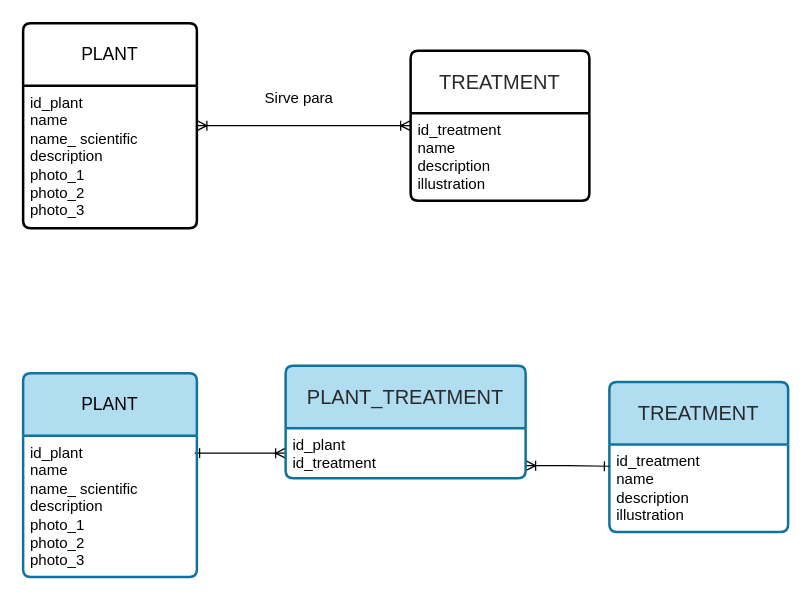
This is page "01-herbolario" (1 of 2) of diagrams/ejercicios-01.drawio from observadoro/mer, a draw.io file, before an edit. Source tidied: cells renumbered, new cells numbered last; positions are measured from the earlier drawing's top-left corner, leaving out a move shared by most shapes. Both pictures are drawn from the tidied source at 125%, with x=0, y=0 at pixel (22, 22).
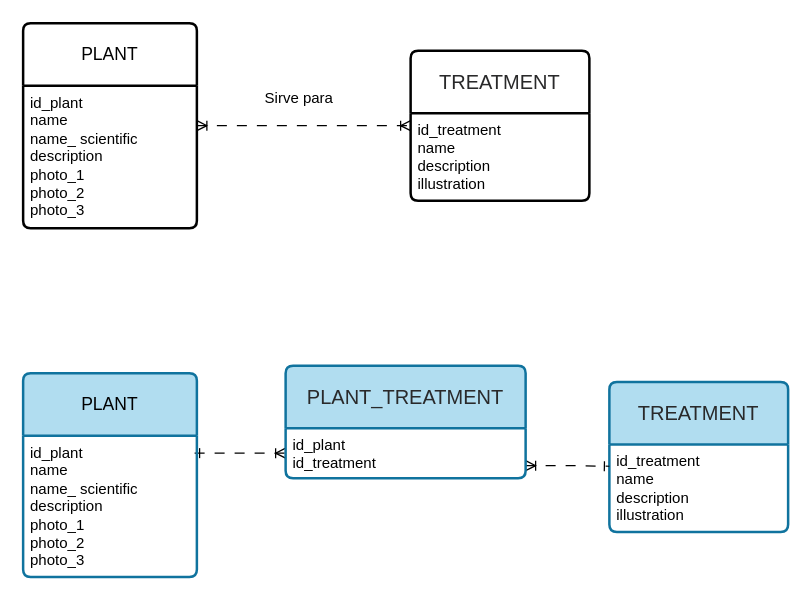
Above is the later version.

The edit, as a diff of the source:
```diff
@@
 <mxGraphModel>
   <root>
     <mxCell id="0" />
     <mxCell id="1" parent="0" />
-    <mxCell id="2" style="edgeStyle=orthogonalEdgeStyle;rounded=0;jettySize=auto;html=1;entryX=0;entryY=0.5;entryDx=0;entryDy=0;startArrow=ERoneToMany;startFill=0;endArrow=ERoneToMany;endFill=0;" parent="1" edge="1" source="3" target="5">
+    <mxCell id="2" style="edgeStyle=orthogonalEdgeStyle;rounded=0;jettySize=auto;html=1;entryX=0;entryY=0.5;entryDx=0;entryDy=0;startArrow=ERoneToMany;startFill=0;endArrow=ERoneToMany;endFill=0;dashed=1;dashPattern=8 8;" parent="1" edge="1" source="3" target="5">
       <mxGeometry relative="1" as="geometry" />
     </mxCell>
     <mxCell id="3" value="PLANT" style="swimlane;horizontal=1;startSize=50;rounded=1;fontSize=14;fontStyle=0;strokeWidth=2;shadow=0;dashed=0;align=center;arcSize=4;whiteSpace=wrap;html=1;" parent="1" vertex="1">
       <mxGeometry width="139" height="164" as="geometry" />
     </mxCell>
     <mxCell id="4" value="&lt;div&gt;id_plant&lt;/div&gt;name&lt;br&gt;name_ scientific&lt;br&gt;description&lt;div&gt;photo_1&lt;/div&gt;&lt;div&gt;photo_2&lt;/div&gt;&lt;div&gt;photo_3&lt;/div&gt;&lt;div&gt;&lt;br&gt;&lt;/div&gt;" style="align=left;strokeColor=none;fillColor=none;spacingLeft=4;spacingRight=4;fontSize=12;verticalAlign=top;html=1;whiteSpace=wrap;" parent="3" vertex="1">
       <mxGeometry y="50" width="139" height="114" as="geometry" />
     </mxCell>
     <mxCell id="5" value="&lt;div style=&quot;text-align: start;&quot;&gt;&lt;span style=&quot;color: rgb(41, 41, 42); font-family: &amp;quot;Inter Variable&amp;quot;, Helvetica, sans-serif; font-size: 16px;&quot;&gt;TREATMENT&lt;/span&gt;&lt;/div&gt;" style="swimlane;horizontal=1;startSize=50;rounded=1;fontSize=14;fontStyle=0;strokeWidth=2;shadow=0;dashed=0;align=center;arcSize=4;whiteSpace=wrap;html=1;" parent="1" vertex="1">
       <mxGeometry x="310" y="22" width="143" height="120" as="geometry" />
     </mxCell>
     <mxCell id="6" value="&lt;div&gt;id_treatment&lt;/div&gt;name&lt;div&gt;description&lt;/div&gt;&lt;div&gt;illustration&lt;/div&gt;" style="align=left;strokeColor=none;fillColor=none;spacingLeft=4;spacingRight=4;fontSize=12;verticalAlign=top;html=1;whiteSpace=wrap;" parent="5" vertex="1">
       <mxGeometry y="50" width="143" height="70" as="geometry" />
     </mxCell>
-    <mxCell id="7" style="edgeStyle=orthogonalEdgeStyle;rounded=0;jettySize=auto;html=1;entryX=0;entryY=0.5;entryDx=0;entryDy=0;startArrow=ERone;startFill=0;endArrow=ERoneToMany;endFill=0;exitX=0.987;exitY=0.124;exitDx=0;exitDy=0;exitPerimeter=0;" parent="1" edge="1" source="9" target="14">
+    <mxCell id="7" style="edgeStyle=orthogonalEdgeStyle;rounded=0;jettySize=auto;html=1;entryX=0;entryY=0.5;entryDx=0;entryDy=0;startArrow=ERone;startFill=0;endArrow=ERoneToMany;endFill=0;exitX=0.987;exitY=0.124;exitDx=0;exitDy=0;exitPerimeter=0;dashed=1;dashPattern=8 8;" parent="1" edge="1" source="9" target="14">
       <mxGeometry x="0.24" relative="1" as="geometry" />
     </mxCell>
     <mxCell id="8" value="PLANT" style="swimlane;horizontal=1;startSize=50;rounded=1;fontSize=14;fontStyle=0;strokeWidth=2;shadow=0;dashed=0;align=center;arcSize=4;whiteSpace=wrap;html=1;labelBorderColor=none;swimlaneFillColor=none;glass=0;fillColor=#b1ddf0;strokeColor=#10739e;" parent="1" vertex="1">
       <mxGeometry y="280" width="139" height="163" as="geometry" />
     </mxCell>
     <mxCell id="9" value="&lt;div&gt;id_plant&lt;/div&gt;name&lt;br&gt;name_ scientific&lt;br&gt;description&lt;div&gt;photo_1&lt;/div&gt;&lt;div&gt;photo_2&lt;/div&gt;&lt;div&gt;photo_3&lt;/div&gt;&lt;div&gt;&lt;br&gt;&lt;/div&gt;" style="align=left;strokeColor=none;fillColor=none;spacingLeft=4;spacingRight=4;fontSize=12;verticalAlign=top;html=1;whiteSpace=wrap;" parent="8" vertex="1">
       <mxGeometry y="50" width="139" height="113" as="geometry" />
     </mxCell>
     <mxCell id="10" value="&lt;div style=&quot;text-align: start;&quot;&gt;&lt;span style=&quot;color: rgb(41, 41, 42); font-family: &amp;quot;Inter Variable&amp;quot;, Helvetica, sans-serif; font-size: 16px;&quot;&gt;TREATMENT&lt;/span&gt;&lt;/div&gt;" style="swimlane;horizontal=1;startSize=50;rounded=1;fontSize=14;fontStyle=0;strokeWidth=2;shadow=0;dashed=0;align=center;arcSize=4;whiteSpace=wrap;html=1;fillColor=#b1ddf0;strokeColor=#10739e;glass=0;swimlaneLine=1;" parent="1" vertex="1">
       <mxGeometry x="469" y="287" width="143" height="120" as="geometry" />
     </mxCell>
     <mxCell id="11" value="&lt;div&gt;&lt;div&gt;id_treatment&lt;/div&gt;&lt;/div&gt;name&lt;div&gt;&lt;div&gt;description&lt;/div&gt;&lt;div&gt;illustration&lt;/div&gt;&lt;/div&gt;" style="align=left;strokeColor=none;fillColor=none;spacingLeft=4;spacingRight=4;fontSize=12;verticalAlign=top;html=1;whiteSpace=wrap;" parent="10" vertex="1">
       <mxGeometry y="50" width="143" height="70" as="geometry" />
     </mxCell>
-    <mxCell id="12" style="edgeStyle=orthogonalEdgeStyle;rounded=0;jettySize=auto;html=1;startArrow=ERoneToMany;startFill=0;endArrow=ERone;endFill=0;exitX=1;exitY=0.75;exitDx=0;exitDy=0;entryX=0;entryY=0.25;entryDx=0;entryDy=0;" parent="1" edge="1" source="14" target="11">
+    <mxCell id="12" style="edgeStyle=orthogonalEdgeStyle;rounded=0;jettySize=auto;html=1;startArrow=ERoneToMany;startFill=0;endArrow=ERone;endFill=0;exitX=1;exitY=0.75;exitDx=0;exitDy=0;entryX=0;entryY=0.25;entryDx=0;entryDy=0;dashed=1;dashPattern=8 8;" parent="1" edge="1" source="14" target="11">
       <mxGeometry relative="1" as="geometry" />
     </mxCell>
     <mxCell id="13" value="&lt;div style=&quot;text-align: start;&quot;&gt;&lt;span style=&quot;color: rgb(41, 41, 42); font-family: &amp;quot;Inter Variable&amp;quot;, Helvetica, sans-serif; font-size: 16px;&quot;&gt;PLANT_TREATMENT&lt;/span&gt;&lt;/div&gt;" style="swimlane;horizontal=1;startSize=50;rounded=1;fontSize=14;fontStyle=0;strokeWidth=2;shadow=0;dashed=0;align=center;arcSize=4;whiteSpace=wrap;html=1;fillColor=#b1ddf0;strokeColor=#10739e;" parent="1" vertex="1">
       <mxGeometry x="210" y="274" width="192" height="90" as="geometry" />
     </mxCell>
     <mxCell id="14" value="&lt;div&gt;&lt;span style=&quot;background-color: transparent; color: light-dark(rgb(0, 0, 0), rgb(255, 255, 255));&quot;&gt;id_plant&lt;/span&gt;&lt;/div&gt;&lt;div&gt;id_treatment&lt;/div&gt;" style="align=left;strokeColor=none;fillColor=none;spacingLeft=4;spacingRight=4;fontSize=12;verticalAlign=top;html=1;whiteSpace=wrap;" parent="13" vertex="1">
       <mxGeometry y="50" width="192" height="40" as="geometry" />
     </mxCell>
     <mxCell id="15" value="Sirve para" style="text;html=1;whiteSpace=wrap;strokeColor=none;fillColor=none;align=center;verticalAlign=middle;rounded=0;" parent="1" vertex="1">
       <mxGeometry x="191" y="45" width="60" height="30" as="geometry" />
     </mxCell>
   </root>
 </mxGraphModel>
```
